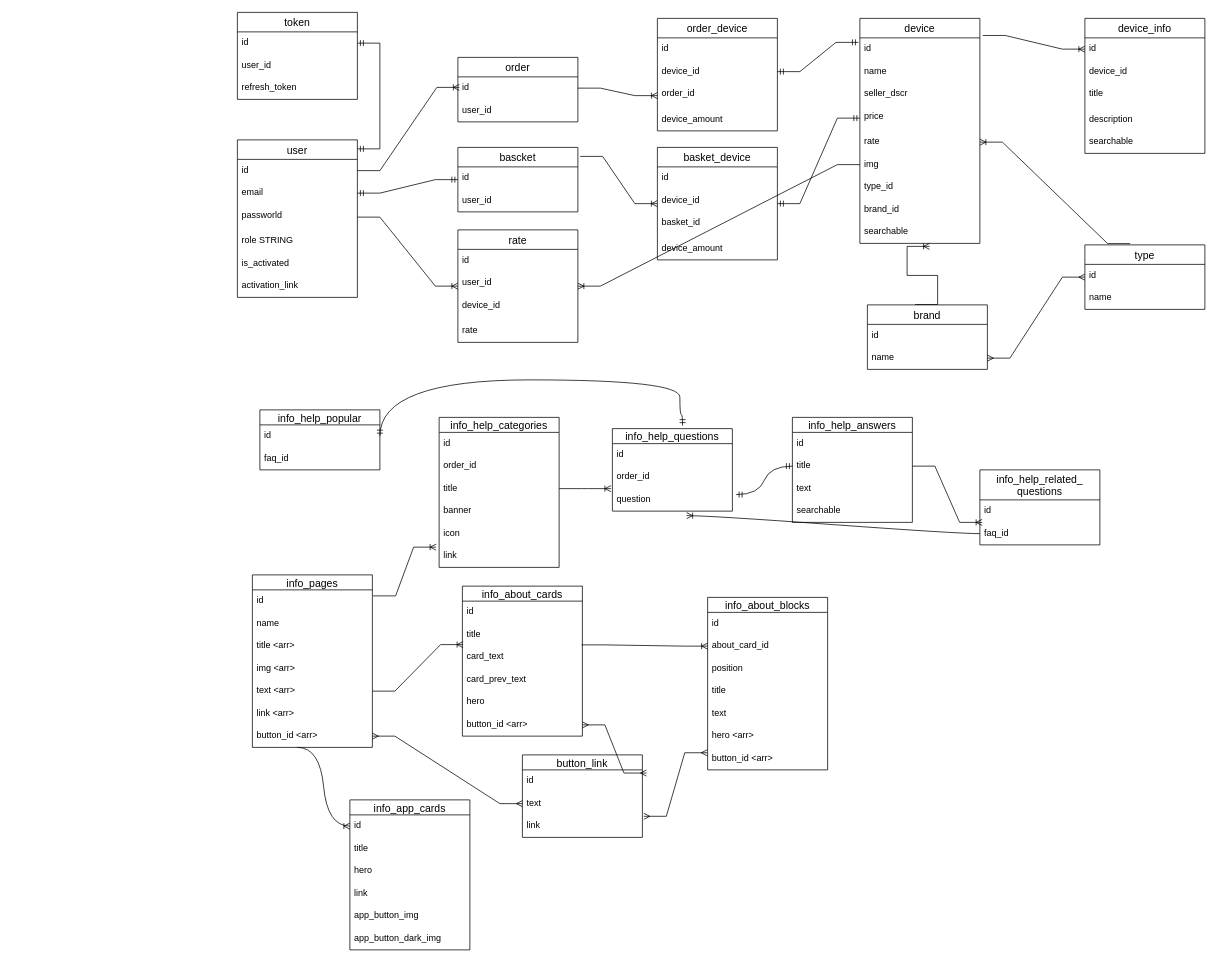
Earlier version of the draw.io diagram server/models/db_diagram.drawio (zaxel/react_simple_shop). Source tidied: cells renumbered, new cells numbered last; positions are measured from the earlier drawing's top-left corner, leaving out a move shared by most shapes. Both pictures are drawn from the tidied source at 75%, with x=0, y=0 at pixel (237, 12).
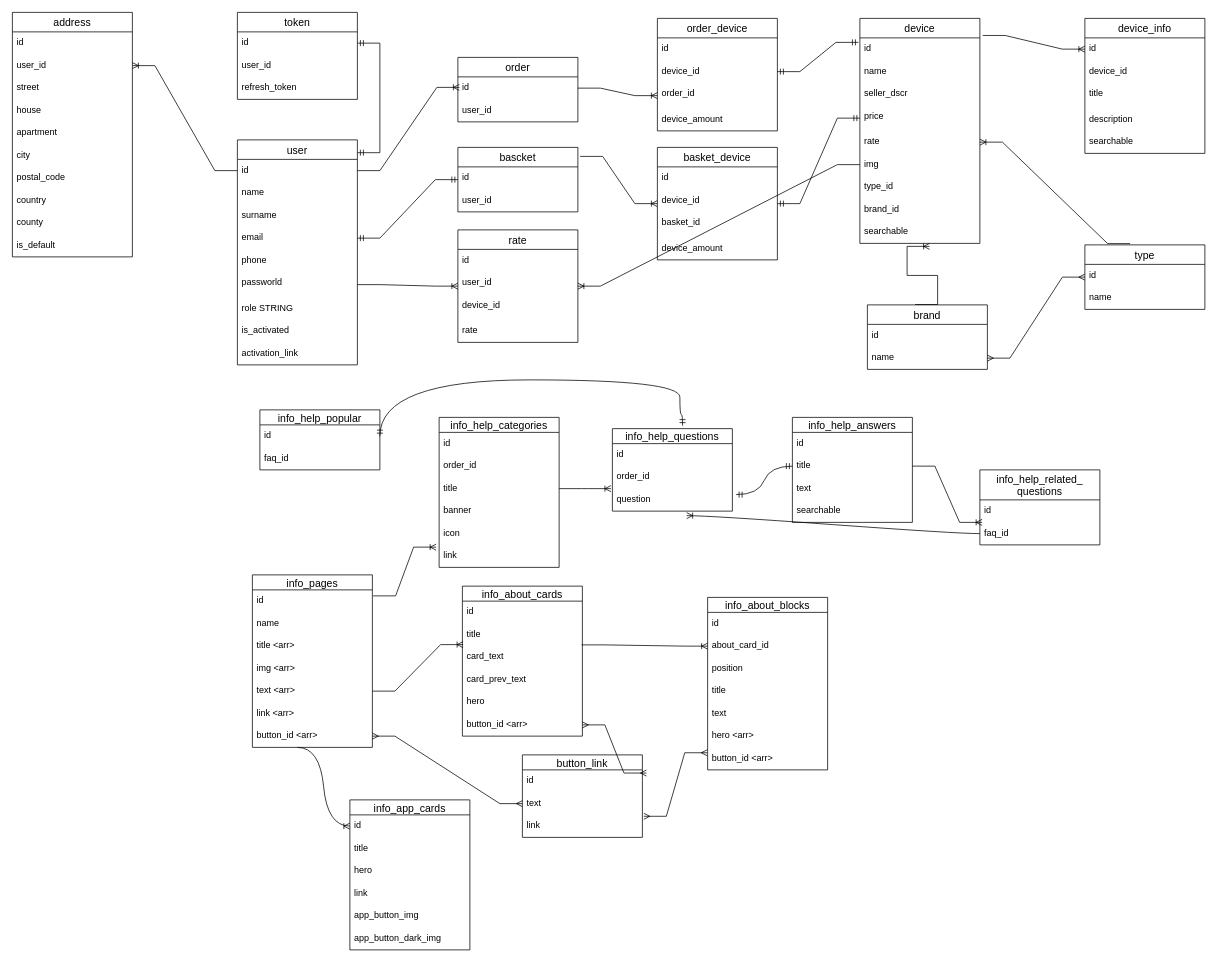
The same page after the edit.

Commit message (it also covers changes not shown here):
feat: add user address db table and schema.

The change refers to these unchanged cells:
```xml
<mxCell id="3" value="id" style="text;strokeColor=none;fillColor=none;spacingLeft=4;spacingRight=4;overflow=hidden;points=[[0,0.5],[1,0.5]];portConstraint=eastwest;fontSize=12;" parent="2" vertex="1">
  <mxGeometry y="26" width="160" height="30" as="geometry" />
</mxCell>
```

Diff of the diagram source:
```diff
@@
     <mxCell id="2" value="user" style="swimlane;fontStyle=0;horizontal=1;startSize=26;align=center;fontSize=14;" parent="1" vertex="1">
-      <mxGeometry y="170" width="160" height="210" as="geometry" />
+      <mxGeometry y="170" width="160" height="300" as="geometry" />
     </mxCell>
@@
+    <mxCell id="137" value="name" style="text;strokeColor=none;fillColor=none;spacingLeft=4;spacingRight=4;overflow=hidden;fontSize=12;" parent="2" vertex="1">
+      <mxGeometry y="56" width="160" height="30" as="geometry" />
+    </mxCell>
+    <mxCell id="138" value="surname" style="text;strokeColor=none;fillColor=none;spacingLeft=4;spacingRight=4;overflow=hidden;fontSize=12;" parent="2" vertex="1">
+      <mxGeometry y="86" width="160" height="30" as="geometry" />
+    </mxCell>
     <mxCell id="4" value="email" style="text;strokeColor=none;fillColor=none;spacingLeft=4;spacingRight=4;overflow=hidden;points=[[0,0.5],[1,0.5]];portConstraint=eastwest;fontSize=12;" parent="2" vertex="1">
-      <mxGeometry y="56" width="160" height="30" as="geometry" />
+      <mxGeometry y="116" width="160" height="30" as="geometry" />
     </mxCell>
+    <mxCell id="139" value="phone" style="text;strokeColor=none;fillColor=none;spacingLeft=4;spacingRight=4;overflow=hidden;fontSize=12;" parent="2" vertex="1">
+      <mxGeometry y="146" width="160" height="30" as="geometry" />
+    </mxCell>
     <mxCell id="5" value="passworld" style="text;strokeColor=none;fillColor=none;spacingLeft=4;spacingRight=4;overflow=hidden;points=[[0,0.5],[1,0.5]];portConstraint=eastwest;fontSize=12;" parent="2" vertex="1">
-      <mxGeometry y="86" width="160" height="34" as="geometry" />
+      <mxGeometry y="176" width="160" height="34" as="geometry" />
     </mxCell>
     <mxCell id="6" value="role STRING" style="text;strokeColor=none;fillColor=none;spacingLeft=4;spacingRight=4;overflow=hidden;fontSize=12;" parent="2" vertex="1">
-      <mxGeometry y="120" width="160" height="30" as="geometry" />
+      <mxGeometry y="210" width="160" height="30" as="geometry" />
     </mxCell>
     <mxCell id="7" value="is_activated" style="text;strokeColor=none;fillColor=none;spacingLeft=4;spacingRight=4;overflow=hidden;fontSize=12;" parent="2" vertex="1">
-      <mxGeometry y="150" width="160" height="30" as="geometry" />
+      <mxGeometry y="240" width="160" height="30" as="geometry" />
     </mxCell>
     <mxCell id="8" value="activation_link" style="text;strokeColor=none;fillColor=none;spacingLeft=4;spacingRight=4;overflow=hidden;fontSize=12;" parent="2" vertex="1">
-      <mxGeometry y="180" width="160" height="30" as="geometry" />
+      <mxGeometry y="270" width="160" height="30" as="geometry" />
     </mxCell>
@@
+    <mxCell id="140" value="address" style="swimlane;fontStyle=0;horizontal=1;startSize=26;align=center;fontSize=14;" parent="1" vertex="1">
+      <mxGeometry x="-300" width="160" height="326" as="geometry" />
+    </mxCell>
+    <mxCell id="141" value="id" style="text;strokeColor=none;fillColor=none;spacingLeft=4;spacingRight=4;overflow=hidden;fontSize=12;" parent="140" vertex="1">
+      <mxGeometry y="26" width="160" height="30" as="geometry" />
+    </mxCell>
+    <mxCell id="142" value="user_id" style="text;strokeColor=none;fillColor=none;spacingLeft=4;spacingRight=4;overflow=hidden;points=[[0,0.5],[1,0.5]];portConstraint=eastwest;fontSize=12;" parent="140" vertex="1">
+      <mxGeometry y="56" width="160" height="30" as="geometry" />
+    </mxCell>
+    <mxCell id="143" value="street" style="text;strokeColor=none;fillColor=none;spacingLeft=4;spacingRight=4;overflow=hidden;fontSize=12;" parent="140" vertex="1">
+      <mxGeometry y="86" width="160" height="30" as="geometry" />
+    </mxCell>
+    <mxCell id="144" value="house" style="text;strokeColor=none;fillColor=none;spacingLeft=4;spacingRight=4;overflow=hidden;fontSize=12;" parent="140" vertex="1">
+      <mxGeometry y="116" width="160" height="30" as="geometry" />
+    </mxCell>
+    <mxCell id="145" value="apartment" style="text;strokeColor=none;fillColor=none;spacingLeft=4;spacingRight=4;overflow=hidden;fontSize=12;" parent="140" vertex="1">
+      <mxGeometry y="146" width="160" height="30" as="geometry" />
+    </mxCell>
+    <mxCell id="146" value="city" style="text;strokeColor=none;fillColor=none;spacingLeft=4;spacingRight=4;overflow=hidden;fontSize=12;" parent="140" vertex="1">
+      <mxGeometry y="176" width="160" height="30" as="geometry" />
+    </mxCell>
+    <mxCell id="147" value="postal_code" style="text;strokeColor=none;fillColor=none;spacingLeft=4;spacingRight=4;overflow=hidden;fontSize=12;" parent="140" vertex="1">
+      <mxGeometry y="206" width="160" height="30" as="geometry" />
+    </mxCell>
+    <mxCell id="148" value="country" style="text;strokeColor=none;fillColor=none;spacingLeft=4;spacingRight=4;overflow=hidden;fontSize=12;" parent="140" vertex="1">
+      <mxGeometry y="236" width="160" height="30" as="geometry" />
+    </mxCell>
+    <mxCell id="149" value="county" style="text;strokeColor=none;fillColor=none;spacingLeft=4;spacingRight=4;overflow=hidden;fontSize=12;" parent="140" vertex="1">
+      <mxGeometry y="266" width="160" height="30" as="geometry" />
+    </mxCell>
+    <mxCell id="150" value="is_default" style="text;strokeColor=none;fillColor=none;spacingLeft=4;spacingRight=4;overflow=hidden;fontSize=12;" parent="140" vertex="1">
+      <mxGeometry y="296" width="160" height="30" as="geometry" />
+    </mxCell>
+    <mxCell id="151" style="edgeStyle=entityRelationEdgeStyle;fontSize=12;html=1;endArrow=ERoneToMany;rounded=0;entryX=1;entryY=0.5;entryDx=0;entryDy=0;" parent="1" edge="1" source="3" target="142">
+      <mxGeometry relative="1" as="geometry">
+        <Array as="points">
+          <mxPoint x="230" y="120" />
+        </Array>
+      </mxGeometry>
+    </mxCell>
```
